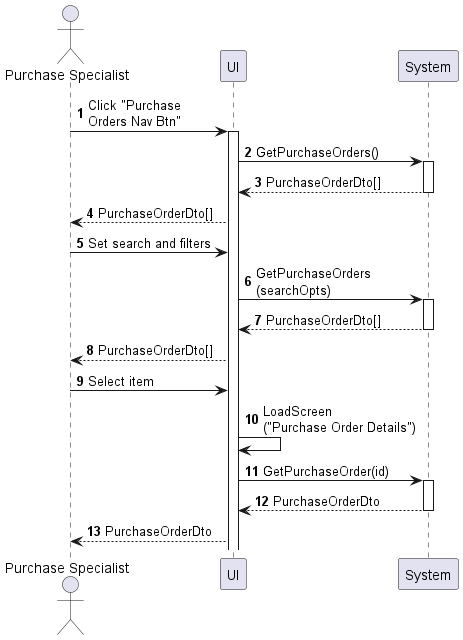
Above: sequences/purchase-order-view.png in phihungha/scmss-reqs (PlantUML), before the change.
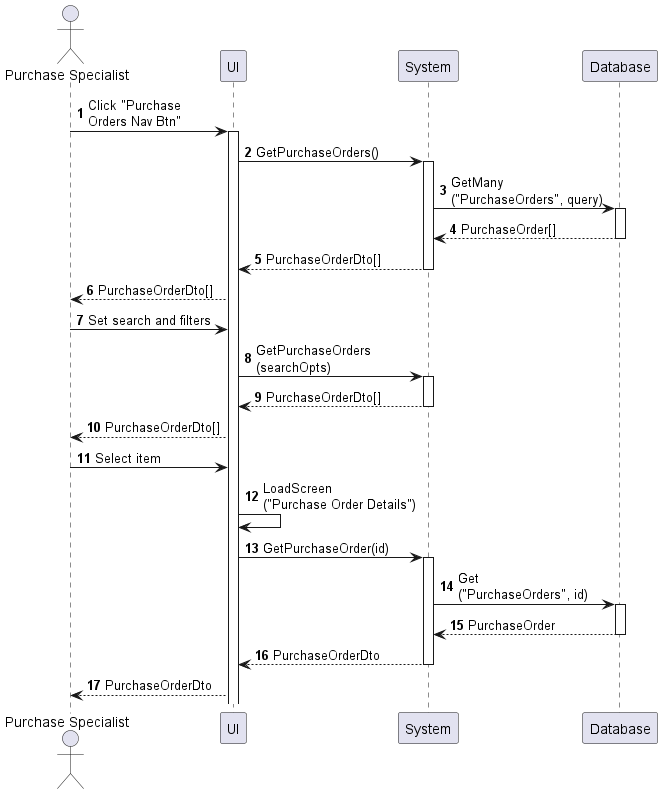
The same file after the commit.

What changed in the source:
```diff
@@ -4,11 +4,15 @@
 actor "Purchase Specialist" as a
 participant UI as f
 participant System as b
+participant Database as d
 
 a -> f : Click "Purchase\nOrders Nav Btn"
 activate f
 f -> b : GetPurchaseOrders()
 activate b
+b -> d : GetMany\n("PurchaseOrders", query)
+activate d
+return PurchaseOrder[]
 return PurchaseOrderDto[]
 f --> a : PurchaseOrderDto[]
 a -> f : Set search and filters
@@ -20,6 +24,9 @@
 f -> f : LoadScreen\n("Purchase Order Details")
 f -> b : GetPurchaseOrder(id)
 activate b
+b -> d : Get\n("PurchaseOrders", id)
+activate d
+return PurchaseOrder
 return PurchaseOrderDto
 f --> a : PurchaseOrderDto
 @enduml
```
